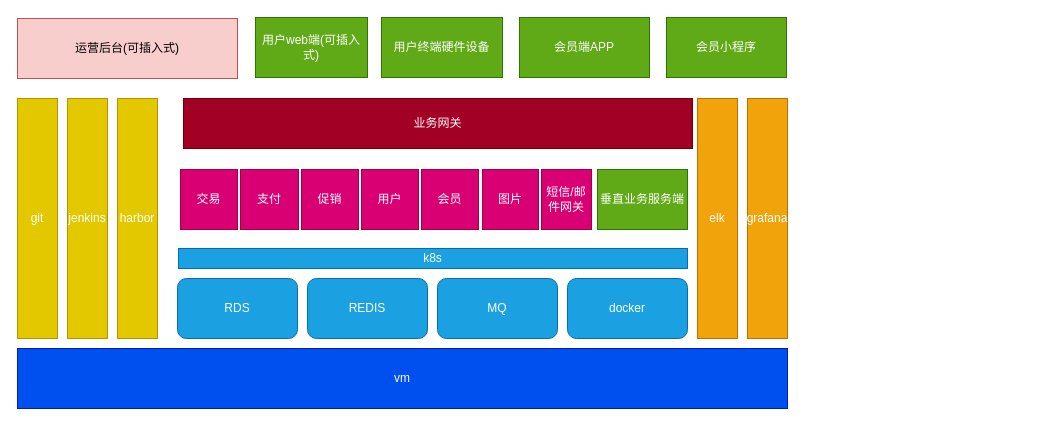
This is Untitled Diagram.drawio from sunhj000/draw, a draw.io file, before an edit. Source tidied: cells renumbered, new cells numbered last; positions are measured from the earlier drawing's top-left corner, leaving out a move shared by most shapes. Both pictures are drawn from the tidied source at 100%, with x=0, y=0 at pixel (17, 17).
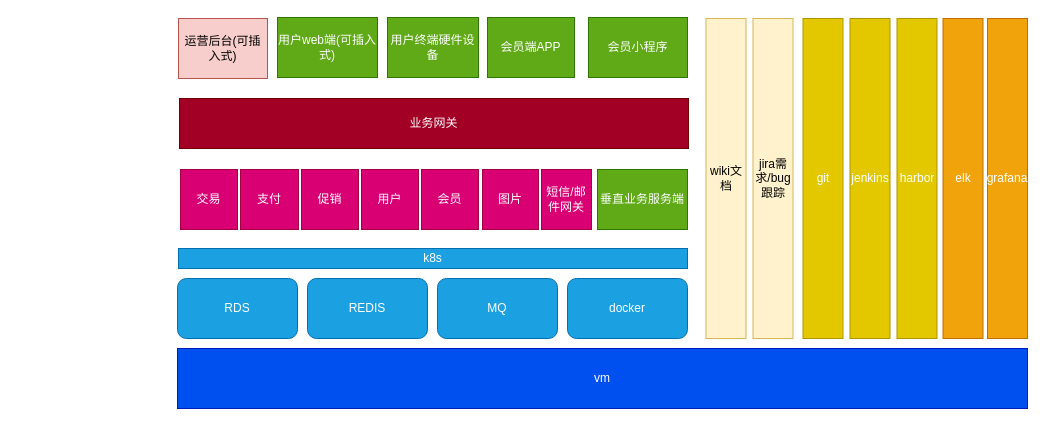
The same page after the edit.

What changed in the source:
```diff
@@
     <mxCell id="2" value="vm" style="rounded=0;whiteSpace=wrap;html=1;fillColor=#0050ef;strokeColor=#001DBC;fontColor=#ffffff;" parent="1" vertex="1">
-      <mxGeometry y="331" width="770" height="60" as="geometry" />
+      <mxGeometry x="160" y="331" width="850" height="60" as="geometry" />
     </mxCell>
@@
     <mxCell id="7" value="jenkins" style="rounded=0;whiteSpace=wrap;html=1;fillColor=#e3c800;strokeColor=#B09500;fontColor=#ffffff;" parent="1" vertex="1">
-      <mxGeometry x="50" y="81" width="40" height="240" as="geometry" />
+      <mxGeometry x="832.5" y="1" width="40" height="320" as="geometry" />
     </mxCell>
     <mxCell id="8" value="harbor" style="rounded=0;whiteSpace=wrap;html=1;fillColor=#e3c800;strokeColor=#B09500;fontColor=#ffffff;" parent="1" vertex="1">
-      <mxGeometry x="100" y="81" width="40" height="240" as="geometry" />
+      <mxGeometry x="879.5" y="1" width="40" height="320" as="geometry" />
     </mxCell>
     <mxCell id="9" value="git" style="rounded=0;whiteSpace=wrap;html=1;fillColor=#e3c800;strokeColor=#B09500;fontColor=#ffffff;" parent="1" vertex="1">
-      <mxGeometry y="81" width="40" height="240" as="geometry" />
+      <mxGeometry x="785.5" y="1" width="40" height="320" as="geometry" />
     </mxCell>
@@
     <mxCell id="16" value="elk" style="rounded=0;whiteSpace=wrap;html=1;fillColor=#f0a30a;strokeColor=#BD7000;fontColor=#ffffff;" parent="1" vertex="1">
-      <mxGeometry x="680" y="81" width="40" height="240" as="geometry" />
+      <mxGeometry x="925.5" y="1" width="40" height="320" as="geometry" />
     </mxCell>
     <mxCell id="17" value="grafana" style="rounded=0;whiteSpace=wrap;html=1;fillColor=#f0a30a;strokeColor=#BD7000;fontColor=#ffffff;" parent="1" vertex="1">
-      <mxGeometry x="730" y="81" width="40" height="240" as="geometry" />
+      <mxGeometry x="970" y="1" width="40" height="320" as="geometry" />
     </mxCell>
@@
     <mxCell id="19" value="业务网关" style="rounded=0;whiteSpace=wrap;html=1;fillColor=#a20025;strokeColor=#6F0000;fontColor=#ffffff;" parent="1" vertex="1">
-      <mxGeometry x="166" y="81" width="509" height="50" as="geometry" />
+      <mxGeometry x="162" y="81" width="509" height="50" as="geometry" />
     </mxCell>
     <mxCell id="20" value="运营后台(可插入式)" style="rounded=0;whiteSpace=wrap;html=1;fillColor=#f8cecc;strokeColor=#b85450;" parent="1" vertex="1">
-      <mxGeometry y="1" width="220" height="60" as="geometry" />
+      <mxGeometry x="161" y="1" width="89" height="60" as="geometry" />
     </mxCell>
     <mxCell id="21" value="用户web端(可插入式)" style="rounded=0;whiteSpace=wrap;html=1;fillColor=#60a917;strokeColor=#2D7600;fontColor=#ffffff;" parent="1" vertex="1">
-      <mxGeometry x="238" width="112" height="60" as="geometry" />
+      <mxGeometry x="260" width="100" height="60" as="geometry" />
     </mxCell>
     <mxCell id="22" value="会员端APP" style="rounded=0;whiteSpace=wrap;html=1;fillColor=#60a917;strokeColor=#2D7600;fontColor=#ffffff;" parent="1" vertex="1">
-      <mxGeometry x="502" width="130" height="60" as="geometry" />
+      <mxGeometry x="470" width="87" height="60" as="geometry" />
     </mxCell>
     <mxCell id="23" value="会员小程序" style="rounded=0;whiteSpace=wrap;html=1;fillColor=#60a917;strokeColor=#2D7600;fontColor=#ffffff;" parent="1" vertex="1">
-      <mxGeometry x="649" width="120" height="60" as="geometry" />
+      <mxGeometry x="571" width="99" height="60" as="geometry" />
     </mxCell>
@@
     <mxCell id="25" value="用户终端硬件设备" style="rounded=0;whiteSpace=wrap;html=1;fillColor=#60a917;strokeColor=#2D7600;fontColor=#ffffff;" parent="1" vertex="1">
-      <mxGeometry x="364" width="121" height="60" as="geometry" />
+      <mxGeometry x="370" width="91" height="60" as="geometry" />
     </mxCell>
@@
+    <mxCell id="27" value="jira需求/bug跟踪" style="rounded=0;whiteSpace=wrap;html=1;fillColor=#fff2cc;strokeColor=#d6b656;" parent="1" vertex="1">
+      <mxGeometry x="735.5" y="1" width="40" height="320" as="geometry" />
+    </mxCell>
+    <mxCell id="28" value="wiki文档" style="rounded=0;whiteSpace=wrap;html=1;fillColor=#fff2cc;strokeColor=#d6b656;" parent="1" vertex="1">
+      <mxGeometry x="688.5" y="1" width="40" height="320" as="geometry" />
+    </mxCell>
```
